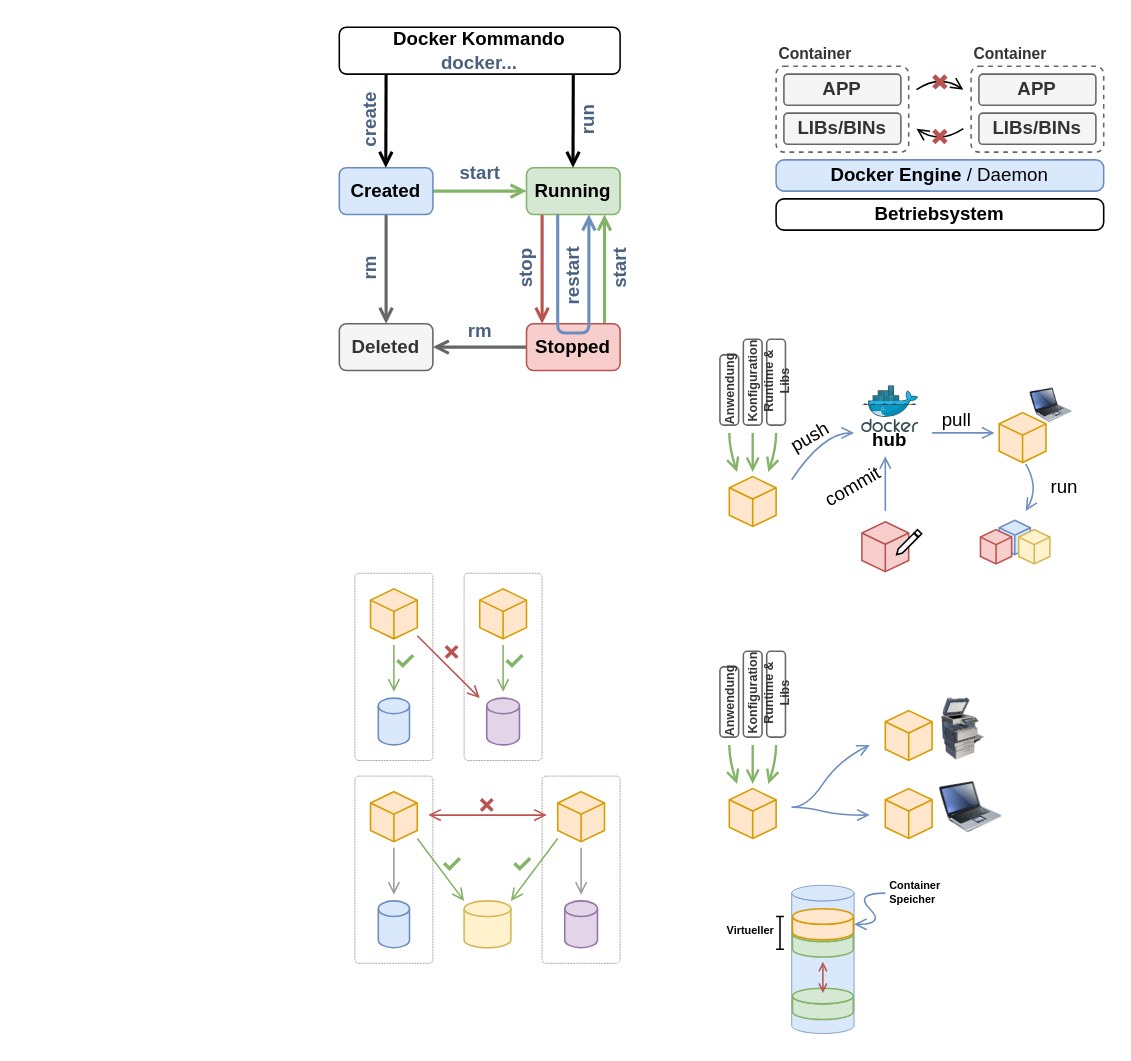
joelvonrotz/BSc-electrical-engineering keeps this draw.io diagram as semester 6/advanced system design/asyd_drawings.drawio. Above is the earlier version. Source tidied: cells renumbered, new cells numbered last; positions are measured from the earlier drawing's top-left corner, leaving out a move shared by most shapes. Both pictures are drawn from the tidied source at 156%, with x=0, y=0 at pixel (339, 27).
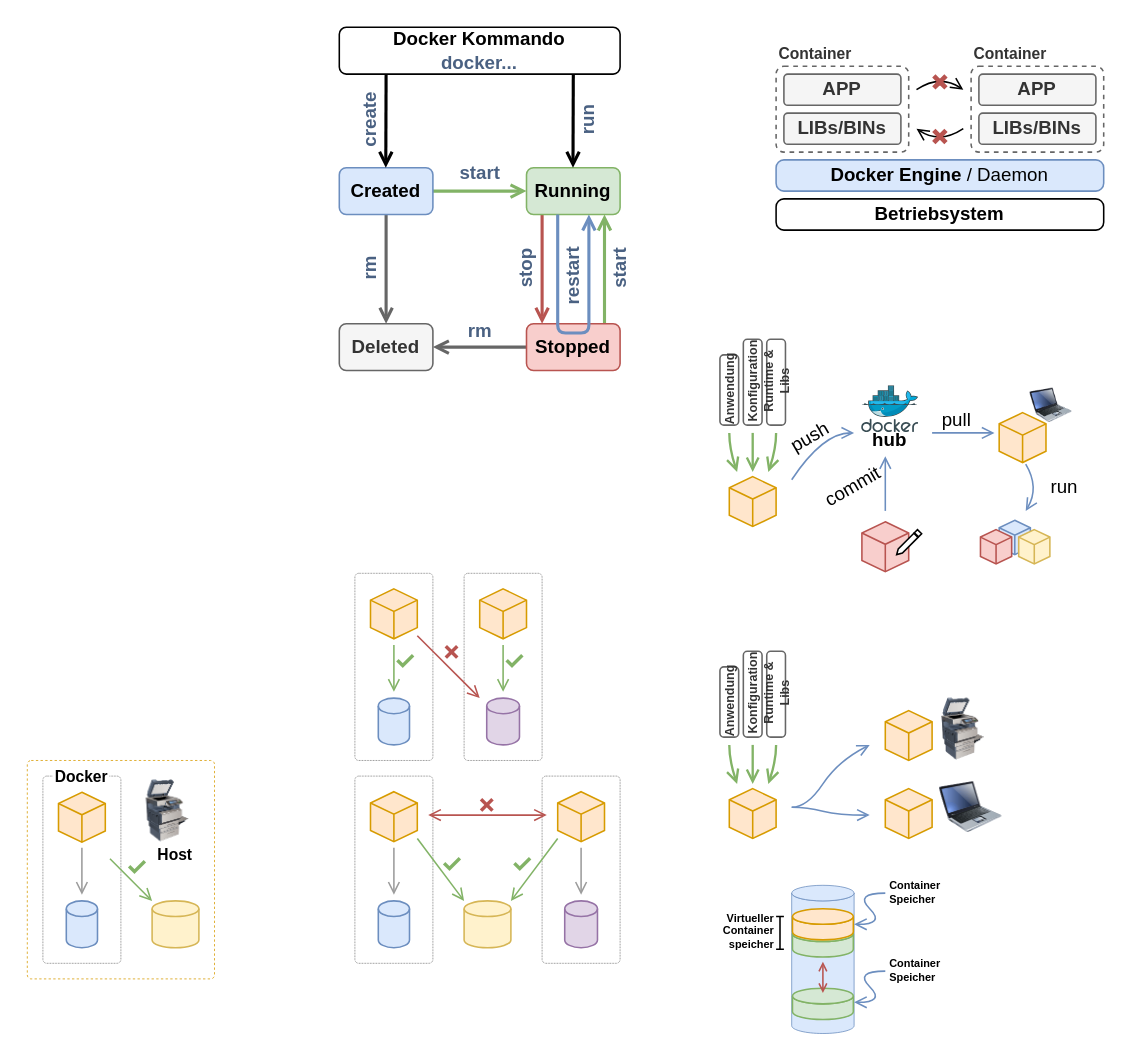
The same diagram, later.

Change to the diagram source:
```diff
@@
-    <mxCell id="103" value="Virtueller" style="text;html=1;strokeColor=none;fillColor=none;align=right;verticalAlign=middle;whiteSpace=wrap;rounded=0;strokeWidth=0.5;fontFamily=Alegreya Sans;fontSize=7;fontStyle=1;spacingLeft=0;spacingRight=1;" parent="1" vertex="1">
+    <mxCell id="103" value="Virtueller&lt;br&gt;Container speicher" style="text;html=1;strokeColor=none;fillColor=none;align=right;verticalAlign=middle;whiteSpace=wrap;rounded=0;strokeWidth=0.5;fontFamily=Alegreya Sans;fontSize=7;fontStyle=1;spacingLeft=0;spacingRight=1;" parent="1" vertex="1">
       <mxGeometry x="225" y="570" width="57" height="20" as="geometry" />
     </mxCell>
+    <mxCell id="104" style="rounded=1;whiteSpace=wrap;html=1;absoluteArcSize=1;arcSize=5;fillColor=none;fontColor=#333333;strokeColor=#666666;dashed=1;dashPattern=1 1;strokeWidth=0.5;" parent="1" vertex="1">
+      <mxGeometry x="-190" y="480" width="50" height="120" as="geometry" />
+    </mxCell>
+    <mxCell id="105" style="rounded=1;whiteSpace=wrap;html=1;absoluteArcSize=1;arcSize=5;fillColor=none;strokeColor=#d79b00;dashed=1;strokeWidth=0.5;" parent="1" vertex="1">
+      <mxGeometry x="-200" y="470" width="120" height="140" as="geometry" />
+    </mxCell>
+    <mxCell id="106" style="html=1;whiteSpace=wrap;shape=isoCube2;backgroundOutline=1;isoAngle=15;fillColor=#ffe6cc;strokeColor=#d79b00;" parent="1" vertex="1">
+      <mxGeometry x="-180" y="490.4" width="30" height="32" as="geometry" />
+    </mxCell>
+    <mxCell id="107" style="strokeWidth=1;html=1;shape=mxgraph.flowchart.database;whiteSpace=wrap;fillColor=#dae8fc;strokeColor=#6c8ebf;" parent="1" vertex="1">
+      <mxGeometry x="-175" y="560" width="20" height="30" as="geometry" />
+    </mxCell>
+    <mxCell id="108" style="strokeWidth=1;html=1;shape=mxgraph.flowchart.database;whiteSpace=wrap;fillColor=#fff2cc;strokeColor=#d6b656;" parent="1" vertex="1">
+      <mxGeometry x="-120" y="560" width="30" height="30" as="geometry" />
+    </mxCell>
+    <mxCell id="109" style="endArrow=open;html=1;endFill=0;curved=1;fillColor=#d5e8d4;strokeColor=#82B366;strokeWidth=1;" parent="1" edge="1">
+      <mxGeometry relative="1" as="geometry">
+        <mxPoint x="-147" y="533" as="sourcePoint" />
+        <mxPoint x="-120" y="560" as="targetPoint" />
+      </mxGeometry>
+    </mxCell>
+    <mxCell id="110" value="&lt;div class=&quot;preview&quot; style=&quot;font-size: 16px;&quot;&gt;&lt;b style=&quot;font-size: 16px;&quot;&gt;✓&lt;/b&gt;&lt;/div&gt;" style="text;html=1;strokeColor=none;fillColor=none;align=center;verticalAlign=middle;whiteSpace=wrap;rounded=0;fontFamily=Inter;labelBorderColor=none;fontColor=#82B366;fontSize=16;" parent="1" vertex="1">
+      <mxGeometry x="-137" y="528" width="15" height="20" as="geometry" />
+    </mxCell>
+    <mxCell id="111" style="image;html=1;image=img/lib/clip_art/computers/Printer_Commercial_128x128.png;" parent="1" vertex="1">
+      <mxGeometry x="-140" y="482.4" width="60" height="40" as="geometry" />
+    </mxCell>
+    <mxCell id="112" value="&lt;b style=&quot;font-size: 10px;&quot;&gt;Host&lt;/b&gt;" style="text;html=1;strokeColor=none;fillColor=none;align=center;verticalAlign=middle;whiteSpace=wrap;rounded=0;fontFamily=Inconsolata;fontSize=10;" parent="1" vertex="1">
+      <mxGeometry x="-125" y="520" width="40" height="20" as="geometry" />
+    </mxCell>
+    <mxCell id="113" value="&lt;b style=&quot;font-size: 10px;&quot;&gt;Docker&lt;/b&gt;" style="text;html=1;strokeColor=none;fillColor=none;align=center;verticalAlign=middle;whiteSpace=wrap;rounded=0;fontFamily=Inconsolata;labelBackgroundColor=default;fontSize=10;labelBorderColor=#FFFFFF;strokeWidth=1;" parent="1" vertex="1">
+      <mxGeometry x="-190" y="470" width="50" height="20" as="geometry" />
+    </mxCell>
+    <mxCell id="114" style="endArrow=open;html=1;endFill=0;curved=1;strokeWidth=1;fillColor=#f5f5f5;strokeColor=#9C9C9C;" parent="1" edge="1">
+      <mxGeometry relative="1" as="geometry">
+        <mxPoint x="-165" y="526" as="sourcePoint" />
+        <mxPoint x="-165" y="556" as="targetPoint" />
+      </mxGeometry>
+    </mxCell>
+    <mxCell id="115" style="endArrow=open;html=1;endFill=0;curved=1;fillColor=#dae8fc;strokeColor=#6c8ebf;strokeWidth=1;fontFamily=Inconsolata;fontStyle=0;labelBackgroundColor=none;" parent="1" edge="1">
+      <mxGeometry x="0.31" y="4" relative="1" as="geometry">
+        <mxPoint x="350" y="605" as="sourcePoint" />
+        <mxPoint x="330" y="625" as="targetPoint" />
+        <Array as="points">
+          <mxPoint x="330" y="605" />
+          <mxPoint x="350" y="625" />
+        </Array>
+      </mxGeometry>
+    </mxCell>
+    <mxCell id="116" value="Container Speicher" style="text;html=1;strokeColor=none;fillColor=none;align=left;verticalAlign=middle;whiteSpace=wrap;rounded=0;strokeWidth=0.5;fontFamily=Alegreya Sans;fontSize=7;fontStyle=1;spacingLeft=1;" parent="1" vertex="1">
+      <mxGeometry x="350" y="600" width="60" height="10" as="geometry" />
+    </mxCell>
```
